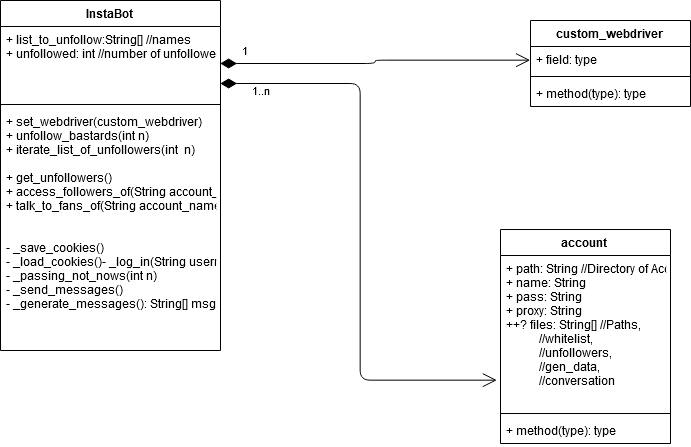
This is Insta Promo.png from JorgeGallegoG/PyhtonBots, a draw.io export, as it was before one commit. Source tidied: cells renumbered, new cells last; positions are measured from the earlier drawing's top-left corner, leaving out a move shared by most shapes. Source of this version:
```xml
<mxGraphModel>
  <root>
    <mxCell id="0" />
    <mxCell id="1" parent="0" />
    <mxCell id="2" value="InstaBot" style="swimlane;fontStyle=1;align=center;verticalAlign=top;horizontal=1;startSize=26;" parent="1" vertex="1">
      <mxGeometry width="220" height="350" as="geometry" />
    </mxCell>
    <mxCell id="3" value="+ list_to_unfollow:String[] //names&#10;+ unfollowed: int //number of unfollowed&#10;" style="text;strokeColor=none;fillColor=none;align=left;verticalAlign=top;spacingLeft=4;spacingRight=4;overflow=hidden;points=[[0,0.5],[1,0.5]];portConstraint=eastwest;" parent="2" vertex="1">
      <mxGeometry y="26" width="220" height="74" as="geometry" />
    </mxCell>
    <mxCell id="4" style="line;strokeWidth=1;fillColor=none;align=left;verticalAlign=middle;spacingTop=-1;spacingLeft=3;spacingRight=3;labelPosition=right;" parent="2" vertex="1">
      <mxGeometry y="100" width="220" height="8" as="geometry" />
    </mxCell>
    <mxCell id="5" value="+ set_webdriver(custom_webdriver)&#10;+ unfollow_bastards(int n)&#10;+ iterate_list_of_unfollowers(int  n)&#10;&#10;+ get_unfollowers()&#10;+ access_followers_of(String account_name)&#10;+ talk_to_fans_of(String account_name, int n_of_fans)&#10;&#10;&#10;- _save_cookies()&#10;- _load_cookies()- _log_in(String username, String password)&#10;- _passing_not_nows(int n)&#10;- _send_messages()&#10;- _generate_messages(): String[] msgs&#10;&#10;&#10;" style="text;strokeColor=none;fillColor=none;align=left;verticalAlign=top;spacingLeft=4;spacingRight=4;overflow=hidden;" parent="2" vertex="1">
      <mxGeometry y="108" width="220" height="242" as="geometry" />
    </mxCell>
    <mxCell id="6" value="custom_webdriver" style="swimlane;fontStyle=1;align=center;verticalAlign=top;horizontal=1;startSize=26;" parent="1" vertex="1">
      <mxGeometry x="530" y="20" width="160" height="86" as="geometry" />
    </mxCell>
    <mxCell id="7" value="+ field: type" style="text;strokeColor=none;fillColor=none;align=left;verticalAlign=top;spacingLeft=4;spacingRight=4;overflow=hidden;points=[[0,0.5],[1,0.5]];portConstraint=eastwest;" parent="6" vertex="1">
      <mxGeometry y="26" width="160" height="26" as="geometry" />
    </mxCell>
    <mxCell id="8" style="line;strokeWidth=1;fillColor=none;align=left;verticalAlign=middle;spacingTop=-1;spacingLeft=3;spacingRight=3;labelPosition=right;" parent="6" vertex="1">
      <mxGeometry y="52" width="160" height="8" as="geometry" />
    </mxCell>
    <mxCell id="9" value="+ method(type): type" style="text;strokeColor=none;fillColor=none;align=left;verticalAlign=top;spacingLeft=4;spacingRight=4;overflow=hidden;" parent="6" vertex="1">
      <mxGeometry y="60" width="160" height="26" as="geometry" />
    </mxCell>
    <mxCell id="10" value="account" style="swimlane;fontStyle=1;align=center;verticalAlign=top;horizontal=1;startSize=26;" parent="1" vertex="1">
      <mxGeometry x="500" y="229" width="170" height="214" as="geometry" />
    </mxCell>
    <mxCell id="11" value="+ path: String //Directory of Account Data&#10;+ name: String&#10;+ pass: String&#10;+ proxy: String&#10;++? files: String[] //Paths, &#10;           //whitelist, &#10;           //unfollowers,&#10;           //gen_data,&#10;           //conversation&#10; &#10;" style="text;strokeColor=none;fillColor=none;align=left;verticalAlign=top;spacingLeft=4;spacingRight=4;overflow=hidden;points=[[0,0.5],[1,0.5]];portConstraint=eastwest;" parent="10" vertex="1">
      <mxGeometry y="26" width="170" height="154" as="geometry" />
    </mxCell>
    <mxCell id="12" style="line;strokeWidth=1;fillColor=none;align=left;verticalAlign=middle;spacingTop=-1;spacingLeft=3;spacingRight=3;labelPosition=right;" parent="10" vertex="1">
      <mxGeometry y="180" width="170" height="8" as="geometry" />
    </mxCell>
    <mxCell id="13" value="+ method(type): type" style="text;strokeColor=none;fillColor=none;align=left;verticalAlign=top;spacingLeft=4;spacingRight=4;overflow=hidden;" parent="10" vertex="1">
      <mxGeometry y="188" width="170" height="26" as="geometry" />
    </mxCell>
    <mxCell id="14" value="1..n" style="endArrow=open;html=1;endSize=12;startArrow=diamondThin;startSize=14;startFill=1;edgeStyle=orthogonalEdgeStyle;align=left;verticalAlign=bottom;exitX=1;exitY=0.77;exitDx=0;exitDy=0;exitPerimeter=0;entryX=-0.019;entryY=0.808;entryDx=0;entryDy=0;entryPerimeter=0;" parent="1" edge="1" source="3" target="11">
      <mxGeometry x="-0.9" y="-17" relative="1" as="geometry" />
    </mxCell>
    <mxCell id="15" value="1" style="endArrow=open;html=1;endSize=12;startArrow=diamondThin;startSize=14;startFill=1;edgeStyle=orthogonalEdgeStyle;align=left;verticalAlign=bottom;exitX=1;exitY=0.5;exitDx=0;exitDy=0;entryX=0;entryY=0.5;entryDx=0;entryDy=0;" parent="1" edge="1" source="3" target="7">
      <mxGeometry x="0.01" y="135" relative="1" as="geometry">
        <mxPoint x="-135" y="135" as="offset" />
      </mxGeometry>
    </mxCell>
  </root>
</mxGraphModel>
```
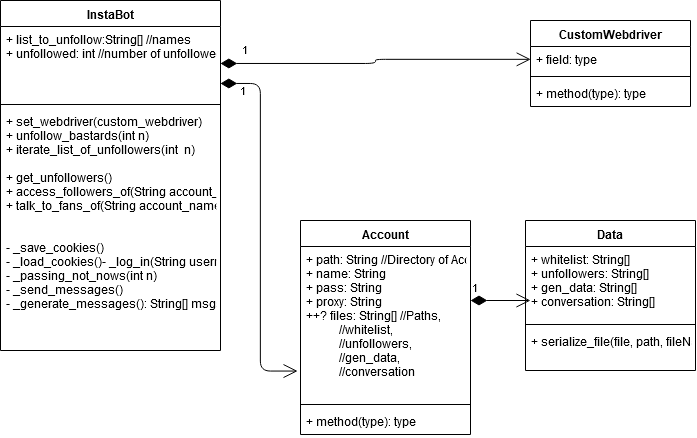
After the change.

Commit message:
Added Data class to design (UML)

Diff of the diagram source:
```diff
@@ -14,7 +14,7 @@
     <mxCell id="5" value="+ set_webdriver(custom_webdriver)&#10;+ unfollow_bastards(int n)&#10;+ iterate_list_of_unfollowers(int  n)&#10;&#10;+ get_unfollowers()&#10;+ access_followers_of(String account_name)&#10;+ talk_to_fans_of(String account_name, int n_of_fans)&#10;&#10;&#10;- _save_cookies()&#10;- _load_cookies()- _log_in(String username, String password)&#10;- _passing_not_nows(int n)&#10;- _send_messages()&#10;- _generate_messages(): String[] msgs&#10;&#10;&#10;" style="text;strokeColor=none;fillColor=none;align=left;verticalAlign=top;spacingLeft=4;spacingRight=4;overflow=hidden;" parent="2" vertex="1">
       <mxGeometry y="108" width="220" height="242" as="geometry" />
     </mxCell>
-    <mxCell id="6" value="custom_webdriver" style="swimlane;fontStyle=1;align=center;verticalAlign=top;horizontal=1;startSize=26;" parent="1" vertex="1">
+    <mxCell id="6" value="CustomWebdriver" style="swimlane;fontStyle=1;align=center;verticalAlign=top;horizontal=1;startSize=26;" parent="1" vertex="1">
       <mxGeometry x="530" y="20" width="160" height="86" as="geometry" />
     </mxCell>
     <mxCell id="7" value="+ field: type" style="text;strokeColor=none;fillColor=none;align=left;verticalAlign=top;spacingLeft=4;spacingRight=4;overflow=hidden;points=[[0,0.5],[1,0.5]];portConstraint=eastwest;" parent="6" vertex="1">
@@ -26,8 +26,8 @@
     <mxCell id="9" value="+ method(type): type" style="text;strokeColor=none;fillColor=none;align=left;verticalAlign=top;spacingLeft=4;spacingRight=4;overflow=hidden;" parent="6" vertex="1">
       <mxGeometry y="60" width="160" height="26" as="geometry" />
     </mxCell>
-    <mxCell id="10" value="account" style="swimlane;fontStyle=1;align=center;verticalAlign=top;horizontal=1;startSize=26;" parent="1" vertex="1">
-      <mxGeometry x="500" y="229" width="170" height="214" as="geometry" />
+    <mxCell id="10" value="Account" style="swimlane;fontStyle=1;align=center;verticalAlign=top;horizontal=1;startSize=26;" parent="1" vertex="1">
+      <mxGeometry x="300" y="220" width="170" height="214" as="geometry" />
     </mxCell>
     <mxCell id="11" value="+ path: String //Directory of Account Data&#10;+ name: String&#10;+ pass: String&#10;+ proxy: String&#10;++? files: String[] //Paths, &#10;           //whitelist, &#10;           //unfollowers,&#10;           //gen_data,&#10;           //conversation&#10; &#10;" style="text;strokeColor=none;fillColor=none;align=left;verticalAlign=top;spacingLeft=4;spacingRight=4;overflow=hidden;points=[[0,0.5],[1,0.5]];portConstraint=eastwest;" parent="10" vertex="1">
       <mxGeometry y="26" width="170" height="154" as="geometry" />
@@ -38,7 +38,7 @@
     <mxCell id="13" value="+ method(type): type" style="text;strokeColor=none;fillColor=none;align=left;verticalAlign=top;spacingLeft=4;spacingRight=4;overflow=hidden;" parent="10" vertex="1">
       <mxGeometry y="188" width="170" height="26" as="geometry" />
     </mxCell>
-    <mxCell id="14" value="1..n" style="endArrow=open;html=1;endSize=12;startArrow=diamondThin;startSize=14;startFill=1;edgeStyle=orthogonalEdgeStyle;align=left;verticalAlign=bottom;exitX=1;exitY=0.77;exitDx=0;exitDy=0;exitPerimeter=0;entryX=-0.019;entryY=0.808;entryDx=0;entryDy=0;entryPerimeter=0;" parent="1" edge="1" source="3" target="11">
+    <mxCell id="14" value="1" style="endArrow=open;html=1;endSize=12;startArrow=diamondThin;startSize=14;startFill=1;edgeStyle=orthogonalEdgeStyle;align=left;verticalAlign=bottom;exitX=1;exitY=0.77;exitDx=0;exitDy=0;exitPerimeter=0;entryX=-0.019;entryY=0.808;entryDx=0;entryDy=0;entryPerimeter=0;" parent="1" edge="1" source="3" target="11">
       <mxGeometry x="-0.9" y="-17" relative="1" as="geometry" />
     </mxCell>
     <mxCell id="15" value="1" style="endArrow=open;html=1;endSize=12;startArrow=diamondThin;startSize=14;startFill=1;edgeStyle=orthogonalEdgeStyle;align=left;verticalAlign=bottom;exitX=1;exitY=0.5;exitDx=0;exitDy=0;entryX=0;entryY=0.5;entryDx=0;entryDy=0;" parent="1" edge="1" source="3" target="7">
@@ -46,5 +46,23 @@
         <mxPoint x="-135" y="135" as="offset" />
       </mxGeometry>
     </mxCell>
+    <mxCell id="16" value="Data" style="swimlane;fontStyle=1;align=center;verticalAlign=top;horizontal=1;startSize=26;" parent="1" vertex="1">
+      <mxGeometry x="525" y="220" width="170" height="150" as="geometry" />
+    </mxCell>
+    <mxCell id="17" value="+ whitelist: String[]&#10;+ unfollowers: String[]&#10;+ gen_data: String[]&#10;+ conversation: String[]&#10; &#10;" style="text;strokeColor=none;fillColor=none;align=left;verticalAlign=top;spacingLeft=4;spacingRight=4;overflow=hidden;" parent="16" vertex="1">
+      <mxGeometry y="26" width="170" height="74" as="geometry" />
+    </mxCell>
+    <mxCell id="18" style="line;strokeWidth=1;fillColor=none;align=left;verticalAlign=middle;spacingTop=-1;spacingLeft=3;spacingRight=3;labelPosition=right;" parent="16" vertex="1">
+      <mxGeometry y="100" width="170" height="8" as="geometry" />
+    </mxCell>
+    <mxCell id="19" value="+ serialize_file(file, path, fileName)&#10;" style="text;strokeColor=none;fillColor=none;align=left;verticalAlign=top;spacingLeft=4;spacingRight=4;overflow=hidden;" parent="16" vertex="1">
+      <mxGeometry y="108" width="170" height="42" as="geometry" />
+    </mxCell>
+    <mxCell id="20" value="1" style="endArrow=open;html=1;endSize=12;startArrow=diamondThin;startSize=14;startFill=1;edgeStyle=orthogonalEdgeStyle;align=left;verticalAlign=bottom;" parent="1" edge="1">
+      <mxGeometry x="-1" y="3" relative="1" as="geometry">
+        <mxPoint x="470" y="300" as="sourcePoint" />
+        <mxPoint x="530" y="300" as="targetPoint" />
+      </mxGeometry>
+    </mxCell>
   </root>
 </mxGraphModel>
```
